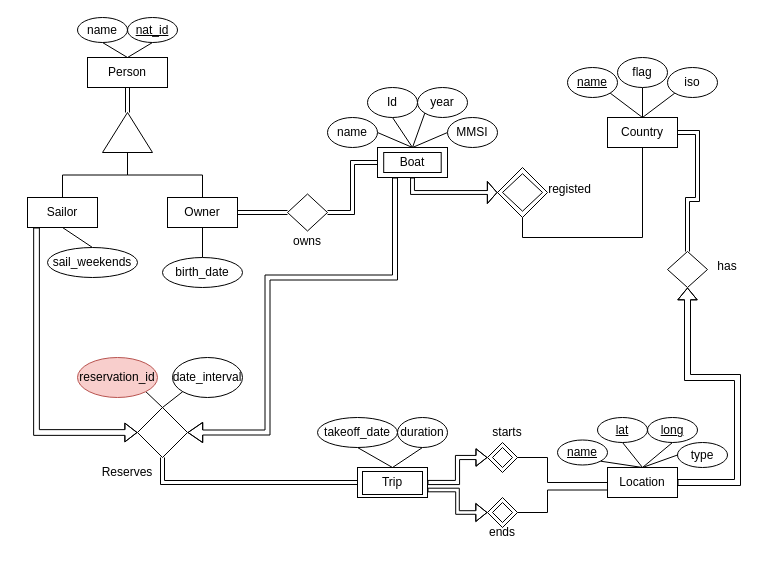
Before: Project/proj1_diag_entity_association_v2.drawio in jamilsonjr/labs-and-project, a draw.io diagram. Source tidied: cells renumbered, new cells numbered last; positions are measured from the earlier drawing's top-left corner, leaving out a move shared by most shapes. Both pictures are drawn from the tidied source at 100%, with x=0, y=0 at pixel (17, 17).
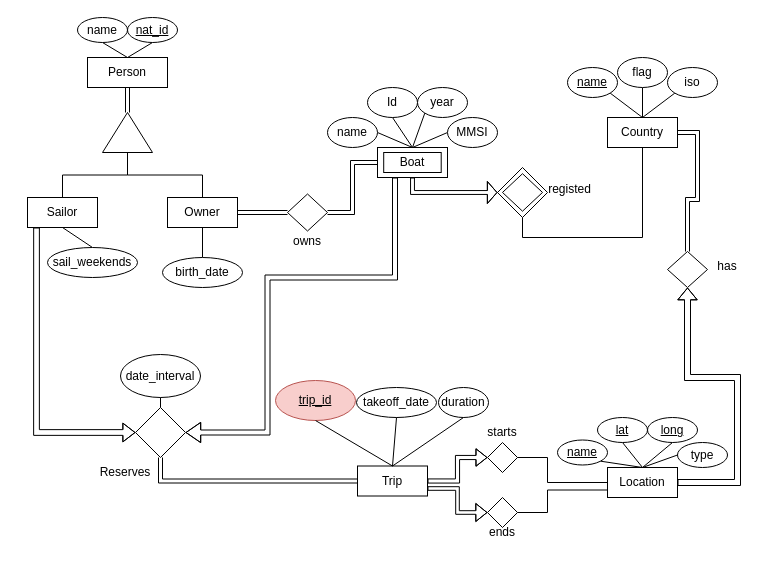
The same diagram, later.

Unchanged cells that the change refers to:
```xml
<mxCell id="25" style="group;" parent="20" vertex="1">
  <mxGeometry x="40" y="50" width="70" height="30" as="geometry" />
</mxCell>
<mxCell id="26" value="Trip" style="rounded=0;whiteSpace=wrap;html=1;" parent="25" vertex="1">
  <mxGeometry width="70" height="30" as="geometry" />
</mxCell>
<mxCell id="80" style="rhombus;whiteSpace=wrap;html=1;fillColor=none;" parent="79" vertex="1">
  <mxGeometry x="5" y="30" width="50" height="50" as="geometry" />
</mxCell>
<mxCell id="91" style="group;" parent="89" vertex="1">
  <mxGeometry width="60" height="50" as="geometry" />
</mxCell>
<mxCell id="94" style="group;" parent="1" vertex="1">
  <mxGeometry x="455" y="480" width="60" height="60" as="geometry" />
</mxCell>
```

Diff of the diagram source:
```diff
@@
     <mxCell id="20" style="group;" parent="1" vertex="1">
-      <mxGeometry x="300" y="400" width="130" height="83" as="geometry" />
+      <mxGeometry x="300" y="398.5" width="130" height="83" as="geometry" />
     </mxCell>
-    <mxCell id="21" style="edgeStyle=none;rounded=0;jettySize=auto;html=1;exitX=0.5;exitY=1;exitDx=0;exitDy=0;entryX=0.5;entryY=0;entryDx=0;entryDy=0;endArrow=none;endFill=0;" parent="20" edge="1" source="22" target="26">
-      <mxGeometry relative="1" as="geometry" />
-    </mxCell>
-    <mxCell id="22" value="takeoff_date" style="ellipse;whiteSpace=wrap;html=1;" parent="20" vertex="1">
-      <mxGeometry width="80" height="30" as="geometry" />
-    </mxCell>
-    <mxCell id="23" style="edgeStyle=none;rounded=0;jettySize=auto;html=1;exitX=0.5;exitY=1;exitDx=0;exitDy=0;entryX=0.5;entryY=0;entryDx=0;entryDy=0;endArrow=none;endFill=0;" parent="20" edge="1" source="24" target="26">
-      <mxGeometry relative="1" as="geometry" />
-    </mxCell>
-    <mxCell id="24" value="duration" style="ellipse;whiteSpace=wrap;html=1;" parent="20" vertex="1">
-      <mxGeometry x="80" width="50" height="30" as="geometry" />
-    </mxCell>
@@
-    <mxCell id="27" style="rounded=0;whiteSpace=wrap;html=1;fillColor=none;" parent="25" vertex="1">
-      <mxGeometry x="5" y="4" width="60" height="23" as="geometry" />
-    </mxCell>
@@
     <mxCell id="78" style="group;" parent="1" vertex="1">
-      <mxGeometry x="60" y="340" width="165" height="130" as="geometry" />
+      <mxGeometry x="58" y="340" width="165" height="130" as="geometry" />
     </mxCell>
@@
-    <mxCell id="81" style="edgeStyle=none;rounded=0;jettySize=auto;html=1;exitX=1;exitY=1;exitDx=0;exitDy=0;endArrow=none;endFill=0;entryX=0.5;entryY=0;entryDx=0;entryDy=0;" parent="78" edge="1" source="82" target="80">
-      <mxGeometry relative="1" as="geometry" />
-    </mxCell>
-    <mxCell id="82" value="reservation_id" style="ellipse;whiteSpace=wrap;html=1;fillColor=#f8cecc;strokeColor=#b85450;" parent="78" vertex="1">
-      <mxGeometry width="80" height="40" as="geometry" />
-    </mxCell>
-    <mxCell id="83" style="rounded=0;jettySize=auto;html=1;exitX=0;exitY=1;exitDx=0;exitDy=0;entryX=0.5;entryY=0;entryDx=0;entryDy=0;endArrow=none;endFill=0;" parent="78" edge="1" source="84" target="80">
+    <mxCell id="83" style="rounded=0;jettySize=auto;html=1;exitX=0.5;exitY=1;exitDx=0;exitDy=0;entryX=0.5;entryY=0;entryDx=0;entryDy=0;endArrow=none;endFill=0;" parent="78" edge="1" source="84" target="80">
       <mxGeometry relative="1" as="geometry" />
     </mxCell>
     <mxCell id="84" value="date_interval" style="ellipse;whiteSpace=wrap;html=1;fillColor=none;" parent="78" vertex="1">
-      <mxGeometry x="95" width="70" height="40" as="geometry" />
+      <mxGeometry x="45" y="-3" width="80" height="43" as="geometry" />
     </mxCell>
@@
     <mxCell id="92" value="starts" style="text;html=1;strokeColor=none;fillColor=none;align=center;verticalAlign=middle;whiteSpace=wrap;rounded=0;" parent="91" vertex="1">
-      <mxGeometry width="60" height="30" as="geometry" />
+      <mxGeometry x="-5" width="60" height="30" as="geometry" />
     </mxCell>
-    <mxCell id="93" style="rhombus;whiteSpace=wrap;html=1;fillColor=none;" parent="91" vertex="1">
-      <mxGeometry x="15" y="30" width="20" height="20" as="geometry" />
-    </mxCell>
@@
-    <mxCell id="96" style="group;" parent="94" vertex="1">
-      <mxGeometry y="5" width="60" height="45" as="geometry" />
-    </mxCell>
-    <mxCell id="97" value="ends" style="text;html=1;strokeColor=none;fillColor=none;align=center;verticalAlign=middle;whiteSpace=wrap;rounded=0;" parent="96" vertex="1">
-      <mxGeometry y="15" width="60" height="30" as="geometry" />
+    <mxCell id="97" value="ends" style="text;html=1;strokeColor=none;fillColor=none;align=center;verticalAlign=middle;whiteSpace=wrap;rounded=0;" parent="94" vertex="1">
+      <mxGeometry y="20" width="60" height="30" as="geometry" />
     </mxCell>
-    <mxCell id="98" style="rhombus;whiteSpace=wrap;html=1;fillColor=none;" parent="96" vertex="1">
-      <mxGeometry x="20" width="20" height="20" as="geometry" />
-    </mxCell>
@@
+    <mxCell id="101" value="&lt;u&gt;trip_id&lt;/u&gt;" style="ellipse;whiteSpace=wrap;html=1;fillColor=#f8cecc;strokeColor=#b85450;" parent="1" vertex="1">
+      <mxGeometry x="258" y="363" width="80" height="40" as="geometry" />
+    </mxCell>
+    <mxCell id="24" value="duration" style="ellipse;whiteSpace=wrap;html=1;" parent="1" vertex="1">
+      <mxGeometry x="421" y="370" width="50" height="30" as="geometry" />
+    </mxCell>
+    <mxCell id="23" style="edgeStyle=none;rounded=0;jettySize=auto;html=1;exitX=0.5;exitY=1;exitDx=0;exitDy=0;entryX=0.5;entryY=0;entryDx=0;entryDy=0;endArrow=none;endFill=0;" parent="1" edge="1" source="24" target="26">
+      <mxGeometry relative="1" as="geometry" />
+    </mxCell>
+    <mxCell id="22" value="takeoff_date" style="ellipse;whiteSpace=wrap;html=1;" parent="1" vertex="1">
+      <mxGeometry x="339" y="370" width="80" height="30" as="geometry" />
+    </mxCell>
+    <mxCell id="21" style="edgeStyle=none;rounded=0;jettySize=auto;html=1;exitX=0.5;exitY=1;exitDx=0;exitDy=0;entryX=0.5;entryY=0;entryDx=0;entryDy=0;endArrow=none;endFill=0;" parent="1" edge="1" source="22" target="26">
+      <mxGeometry relative="1" as="geometry" />
+    </mxCell>
+    <mxCell id="102" style="endArrow=none;html=1;rounded=0;exitX=0.5;exitY=1;exitDx=0;exitDy=0;entryX=0.5;entryY=0;entryDx=0;entryDy=0;" parent="1" edge="1" source="101" target="26">
+      <mxGeometry relative="1" as="geometry" />
+    </mxCell>
```
